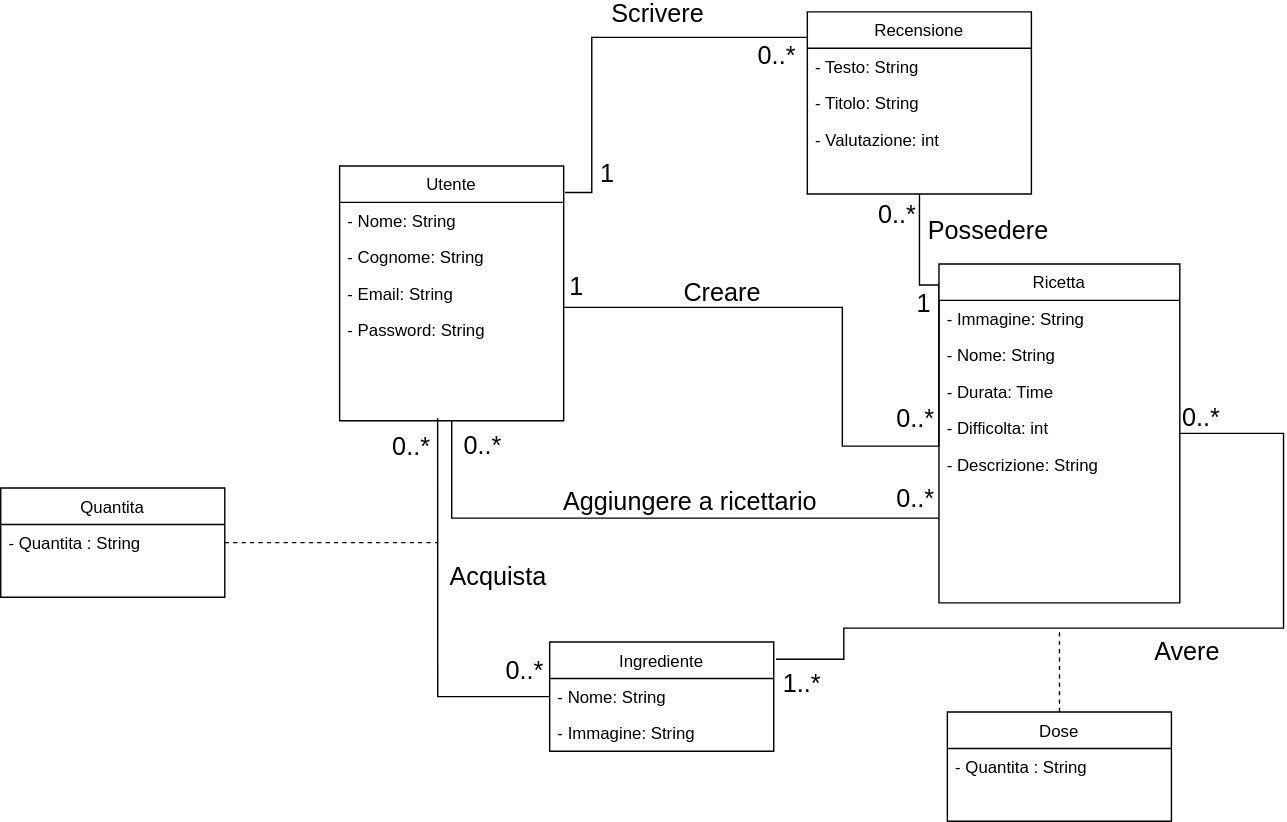
Gianlucadimarzio/Mobile keeps this draw.io diagram as Data/Data diagram.svg. Above is the earlier version. Source tidied: cells renumbered, new cells last; positions are measured from the earlier drawing's top-left corner, leaving out a move shared by most shapes. Its diagram source:
```xml
<mxGraphModel>
  <root>
    <mxCell id="0" />
    <mxCell id="1" parent="0" />
    <mxCell id="2" style="edgeStyle=orthogonalEdgeStyle;rounded=0;jettySize=auto;html=1;entryX=0;entryY=0.058;entryDx=0;entryDy=0;entryPerimeter=0;endArrow=none;endFill=0;" parent="1" edge="1" source="6" target="18">
      <mxGeometry relative="1" as="geometry">
        <Array as="points">
          <mxPoint x="601" y="219" />
          <mxPoint x="601" y="318" />
          <mxPoint x="670" y="318" />
        </Array>
      </mxGeometry>
    </mxCell>
    <mxCell id="3" value="&lt;font style=&quot;font-size: 18px&quot;&gt;1&lt;/font&gt;" style="edgeLabel;html=1;align=center;verticalAlign=middle;" parent="2" vertex="1">
      <mxGeometry x="-0.93" y="-2" relative="1" as="geometry">
        <mxPoint x="-7.7" y="-17" as="offset" />
      </mxGeometry>
    </mxCell>
    <mxCell id="4" value="&lt;font style=&quot;font-size: 18px&quot;&gt;0..*&lt;/font&gt;" style="edgeLabel;html=1;align=center;verticalAlign=middle;" parent="2" vertex="1">
      <mxGeometry x="0.42" y="-3" relative="1" as="geometry">
        <mxPoint x="5.7" y="-23" as="offset" />
      </mxGeometry>
    </mxCell>
    <mxCell id="5" style="edgeStyle=orthogonalEdgeStyle;rounded=0;jettySize=auto;html=1;entryX=0;entryY=0.75;entryDx=0;entryDy=0;endArrow=none;endFill=0;" parent="1" edge="1" source="6" target="18">
      <mxGeometry relative="1" as="geometry">
        <Array as="points">
          <mxPoint x="322" y="369" />
        </Array>
      </mxGeometry>
    </mxCell>
    <mxCell id="6" value="Utente" style="swimlane;fontStyle=0;align=center;verticalAlign=top;horizontal=1;startSize=26;rounded=0;shadow=0;strokeWidth=1;" parent="1" vertex="1">
      <mxGeometry x="242" y="118" width="160" height="182" as="geometry" />
    </mxCell>
    <mxCell id="7" value="- Nome: String" style="text;align=left;verticalAlign=top;spacingLeft=4;spacingRight=4;overflow=hidden;" parent="6" vertex="1">
      <mxGeometry y="26" width="160" height="26" as="geometry" />
    </mxCell>
    <mxCell id="8" value="- Cognome: String" style="text;align=left;verticalAlign=top;spacingLeft=4;spacingRight=4;overflow=hidden;rounded=0;shadow=0;html=0;" parent="6" vertex="1">
      <mxGeometry y="52" width="160" height="26" as="geometry" />
    </mxCell>
    <mxCell id="9" value="- Email: String" style="text;align=left;verticalAlign=top;spacingLeft=4;spacingRight=4;overflow=hidden;rounded=0;shadow=0;html=0;" parent="6" vertex="1">
      <mxGeometry y="78" width="160" height="26" as="geometry" />
    </mxCell>
    <mxCell id="10" value="- Password: String" style="text;align=left;verticalAlign=top;spacingLeft=4;spacingRight=4;overflow=hidden;rounded=0;shadow=0;html=0;" parent="6" vertex="1">
      <mxGeometry y="104" width="160" height="26" as="geometry" />
    </mxCell>
    <mxCell id="11" style="edgeStyle=orthogonalEdgeStyle;rounded=0;jettySize=auto;html=1;endArrow=none;endFill=0;" parent="1" edge="1" source="14">
      <mxGeometry relative="1" as="geometry">
        <mxPoint x="312" y="298" as="targetPoint" />
      </mxGeometry>
    </mxCell>
    <mxCell id="12" value="&lt;span style=&quot;font-size: 18px&quot;&gt;0..*&lt;/span&gt;" style="edgeLabel;html=1;align=center;verticalAlign=middle;" parent="11" vertex="1">
      <mxGeometry x="-0.86" relative="1" as="geometry">
        <mxPoint y="-19" as="offset" />
      </mxGeometry>
    </mxCell>
    <mxCell id="13" value="&lt;font style=&quot;font-size: 18px&quot;&gt;0..*&lt;/font&gt;" style="edgeLabel;html=1;align=center;verticalAlign=middle;" parent="11" vertex="1">
      <mxGeometry x="0.88" y="2" relative="1" as="geometry">
        <mxPoint x="-18" y="2.7" as="offset" />
      </mxGeometry>
    </mxCell>
    <mxCell id="14" value="Ingrediente" style="swimlane;fontStyle=0;align=center;verticalAlign=top;horizontal=1;startSize=26;rounded=0;shadow=0;strokeWidth=1;" parent="1" vertex="1">
      <mxGeometry x="392" y="458" width="160" height="78" as="geometry" />
    </mxCell>
    <mxCell id="15" value="- Nome: String&#10;" style="text;align=left;verticalAlign=top;spacingLeft=4;spacingRight=4;overflow=hidden;" parent="14" vertex="1">
      <mxGeometry y="26" width="160" height="26" as="geometry" />
    </mxCell>
    <mxCell id="16" value="- Immagine: String" style="text;align=left;verticalAlign=top;spacingLeft=4;spacingRight=4;overflow=hidden;" parent="14" vertex="1">
      <mxGeometry y="52" width="160" height="26" as="geometry" />
    </mxCell>
    <mxCell id="17" style="edgeStyle=orthogonalEdgeStyle;rounded=0;jettySize=auto;html=1;entryX=1.01;entryY=0.158;entryDx=0;entryDy=0;entryPerimeter=0;endArrow=none;endFill=0;" parent="1" edge="1" source="18" target="14">
      <mxGeometry relative="1" as="geometry">
        <Array as="points">
          <mxPoint x="916" y="309" />
          <mxPoint x="916" y="448" />
          <mxPoint x="602" y="448" />
          <mxPoint x="602" y="470" />
        </Array>
      </mxGeometry>
    </mxCell>
    <mxCell id="18" value="Ricetta" style="swimlane;fontStyle=0;align=center;verticalAlign=top;horizontal=1;startSize=26;rounded=0;shadow=0;strokeWidth=1;" parent="1" vertex="1">
      <mxGeometry x="670" y="188" width="172" height="242" as="geometry" />
    </mxCell>
    <mxCell id="19" value="- Immagine: String" style="text;align=left;verticalAlign=top;spacingLeft=4;spacingRight=4;overflow=hidden;" parent="18" vertex="1">
      <mxGeometry y="26" width="172" height="26" as="geometry" />
    </mxCell>
    <mxCell id="20" value="- Nome: String" style="text;align=left;verticalAlign=top;spacingLeft=4;spacingRight=4;overflow=hidden;rounded=0;shadow=0;html=0;" parent="18" vertex="1">
      <mxGeometry y="52" width="172" height="26" as="geometry" />
    </mxCell>
    <mxCell id="21" value="- Durata: Time" style="text;align=left;verticalAlign=top;spacingLeft=4;spacingRight=4;overflow=hidden;rounded=0;shadow=0;html=0;" parent="18" vertex="1">
      <mxGeometry y="78" width="172" height="26" as="geometry" />
    </mxCell>
    <mxCell id="22" value="- Difficolta: int" style="text;align=left;verticalAlign=top;spacingLeft=4;spacingRight=4;overflow=hidden;" parent="18" vertex="1">
      <mxGeometry y="104" width="172" height="26" as="geometry" />
    </mxCell>
    <mxCell id="23" value="- Descrizione: String" style="text;align=left;verticalAlign=top;spacingLeft=4;spacingRight=4;overflow=hidden;" parent="18" vertex="1">
      <mxGeometry y="130" width="172" height="26" as="geometry" />
    </mxCell>
    <mxCell id="24" style="edgeStyle=orthogonalEdgeStyle;rounded=0;jettySize=auto;html=1;endArrow=none;endFill=0;dashed=1;" parent="1" edge="1" source="25">
      <mxGeometry relative="1" as="geometry">
        <mxPoint x="756" y="448" as="targetPoint" />
        <Array as="points">
          <mxPoint x="756" y="448" />
        </Array>
      </mxGeometry>
    </mxCell>
    <mxCell id="25" value="Dose" style="swimlane;fontStyle=0;align=center;verticalAlign=top;horizontal=1;startSize=26;rounded=0;shadow=0;strokeWidth=1;" parent="1" vertex="1">
      <mxGeometry x="676" y="508" width="160" height="78" as="geometry" />
    </mxCell>
    <mxCell id="26" value="- Quantita : String&#10;" style="text;align=left;verticalAlign=top;spacingLeft=4;spacingRight=4;overflow=hidden;" parent="25" vertex="1">
      <mxGeometry y="26" width="160" height="26" as="geometry" />
    </mxCell>
    <mxCell id="27" style="edgeStyle=orthogonalEdgeStyle;rounded=0;jettySize=auto;html=1;endArrow=none;endFill=0;exitX=0.004;exitY=0.14;exitDx=0;exitDy=0;exitPerimeter=0;" parent="1" edge="1" source="32">
      <mxGeometry relative="1" as="geometry">
        <mxPoint x="403" y="137" as="targetPoint" />
        <Array as="points">
          <mxPoint x="422" y="26" />
          <mxPoint x="422" y="137" />
        </Array>
      </mxGeometry>
    </mxCell>
    <mxCell id="28" value="&lt;font style=&quot;font-size: 18px&quot;&gt;1&lt;/font&gt;" style="edgeLabel;html=1;align=center;verticalAlign=middle;" parent="27" vertex="1">
      <mxGeometry x="0.58" y="-1" relative="1" as="geometry">
        <mxPoint x="11" y="27.5" as="offset" />
      </mxGeometry>
    </mxCell>
    <mxCell id="29" style="edgeStyle=orthogonalEdgeStyle;rounded=0;jettySize=auto;html=1;entryX=0;entryY=0.062;entryDx=0;entryDy=0;entryPerimeter=0;endArrow=none;endFill=0;" parent="1" edge="1" source="32" target="18">
      <mxGeometry relative="1" as="geometry">
        <Array as="points">
          <mxPoint x="656" y="203" />
        </Array>
      </mxGeometry>
    </mxCell>
    <mxCell id="30" value="&lt;font style=&quot;font-size: 18px&quot;&gt;0..*&lt;/font&gt;" style="edgeLabel;html=1;align=center;verticalAlign=middle;" parent="29" vertex="1">
      <mxGeometry x="-0.65" y="-2" relative="1" as="geometry">
        <mxPoint x="-15" as="offset" />
      </mxGeometry>
    </mxCell>
    <mxCell id="31" value="&lt;font style=&quot;font-size: 18px&quot;&gt;1&lt;/font&gt;" style="edgeLabel;html=1;align=center;verticalAlign=middle;" parent="29" vertex="1">
      <mxGeometry x="0.19" y="1" relative="1" as="geometry">
        <mxPoint x="1" y="31" as="offset" />
      </mxGeometry>
    </mxCell>
    <mxCell id="32" value="Recensione" style="swimlane;fontStyle=0;align=center;verticalAlign=top;horizontal=1;startSize=26;rounded=0;shadow=0;strokeWidth=1;" parent="1" vertex="1">
      <mxGeometry x="576" y="8" width="160" height="130" as="geometry" />
    </mxCell>
    <mxCell id="33" value="- Testo: String" style="text;align=left;verticalAlign=top;spacingLeft=4;spacingRight=4;overflow=hidden;" parent="32" vertex="1">
      <mxGeometry y="26" width="160" height="26" as="geometry" />
    </mxCell>
    <mxCell id="34" value="- Titolo: String" style="text;align=left;verticalAlign=top;spacingLeft=4;spacingRight=4;overflow=hidden;" parent="32" vertex="1">
      <mxGeometry y="52" width="160" height="26" as="geometry" />
    </mxCell>
    <mxCell id="35" value="- Valutazione: int" style="text;align=left;verticalAlign=top;spacingLeft=4;spacingRight=4;overflow=hidden;" parent="32" vertex="1">
      <mxGeometry y="78" width="160" height="26" as="geometry" />
    </mxCell>
    <mxCell id="36" value="&lt;font style=&quot;font-size: 18px&quot;&gt;0..*&lt;/font&gt;" style="text;html=1;align=center;verticalAlign=middle;" parent="1" vertex="1">
      <mxGeometry x="534" y="30" width="40" height="20" as="geometry" />
    </mxCell>
    <mxCell id="37" value="&lt;font style=&quot;font-size: 18px&quot;&gt;0..*&lt;/font&gt;" style="text;html=1;align=center;verticalAlign=middle;" parent="1" vertex="1">
      <mxGeometry x="837" y="288" width="40" height="20" as="geometry" />
    </mxCell>
    <mxCell id="38" value="&lt;font style=&quot;font-size: 18px&quot;&gt;1..*&lt;/font&gt;" style="text;html=1;align=center;verticalAlign=middle;" parent="1" vertex="1">
      <mxGeometry x="552" y="478" width="40" height="20" as="geometry" />
    </mxCell>
    <mxCell id="39" value="Quantita" style="swimlane;fontStyle=0;align=center;verticalAlign=top;horizontal=1;startSize=26;rounded=0;shadow=0;strokeWidth=1;" parent="1" vertex="1">
      <mxGeometry y="348" width="160" height="78" as="geometry" />
    </mxCell>
    <mxCell id="40" value="- Quantita : String&#10;" style="text;align=left;verticalAlign=top;spacingLeft=4;spacingRight=4;overflow=hidden;points=[[0,0.5],[1,0.5]];portConstraint=eastwest;" parent="39" vertex="1">
      <mxGeometry y="26" width="160" height="26" as="geometry" />
    </mxCell>
    <mxCell id="41" style="edgeStyle=orthogonalEdgeStyle;rounded=0;jettySize=auto;html=1;endArrow=none;endFill=0;dashed=1;" parent="1" edge="1" source="40">
      <mxGeometry relative="1" as="geometry">
        <mxPoint x="312" y="387" as="targetPoint" />
      </mxGeometry>
    </mxCell>
    <mxCell id="42" value="&lt;font style=&quot;font-size: 18px&quot;&gt;0..*&lt;/font&gt;" style="text;html=1;align=center;verticalAlign=middle;" parent="1" vertex="1">
      <mxGeometry x="325" y="308" width="37" height="20" as="geometry" />
    </mxCell>
    <mxCell id="43" value="&lt;font style=&quot;font-size: 18px&quot;&gt;0..*&lt;/font&gt;" style="text;html=1;align=center;verticalAlign=middle;" parent="1" vertex="1">
      <mxGeometry x="635" y="346" width="37" height="20" as="geometry" />
    </mxCell>
    <mxCell id="44" value="&lt;font style=&quot;font-size: 18px&quot;&gt;Scrivere&lt;/font&gt;" style="text;html=1;align=center;verticalAlign=middle;" parent="1" vertex="1">
      <mxGeometry x="431" width="76" height="20" as="geometry" />
    </mxCell>
    <mxCell id="45" value="&lt;font style=&quot;font-size: 18px&quot;&gt;Creare&lt;/font&gt;" style="text;html=1;align=center;verticalAlign=middle;" parent="1" vertex="1">
      <mxGeometry x="482" y="199" width="65" height="20" as="geometry" />
    </mxCell>
    <mxCell id="46" value="&lt;font style=&quot;font-size: 18px&quot;&gt;Aggiungere a ricettario&lt;/font&gt;" style="text;html=1;align=center;verticalAlign=middle;" parent="1" vertex="1">
      <mxGeometry x="396" y="348" width="191" height="20" as="geometry" />
    </mxCell>
    <mxCell id="47" value="&lt;font style=&quot;font-size: 18px&quot;&gt;Possedere&lt;/font&gt;" style="text;html=1;align=center;verticalAlign=middle;" parent="1" vertex="1">
      <mxGeometry x="657" y="155" width="96" height="20" as="geometry" />
    </mxCell>
    <mxCell id="48" value="&lt;font style=&quot;font-size: 18px&quot;&gt;Avere&lt;/font&gt;" style="text;html=1;align=center;verticalAlign=middle;" parent="1" vertex="1">
      <mxGeometry x="819" y="455" width="57" height="20" as="geometry" />
    </mxCell>
    <mxCell id="49" value="&lt;span style=&quot;color: rgba(0 , 0 , 0 , 0) ; font-family: monospace ; font-size: 0px&quot;&gt;%3CmxGraphModel%3E%3Croot%3E%3CmxCell%20id%3D%220%22%2F%3E%3CmxCell%20id%3D%221%22%20parent%3D%220%22%2F%3E%3CmxCell%20id%3D%222%22%20value%3D%22%26lt%3Bfont%20style%3D%26quot%3Bfont-size%3A%2018px%26quot%3B%26gt%3BScrivere%26lt%3B%2Ffont%26gt%3B%22%20style%3D%22text%3Bhtml%3D1%3Balign%3Dcenter%3BverticalAlign%3Dmiddle%3Bresizable%3D0%3Bpoints%3D%5B%5D%3Bautosize%3D1%3B%22%20vertex%3D%221%22%20parent%3D%221%22%3E%3CmxGeometry%20x%3D%22269%22%20y%3D%22-68%22%20width%3D%2276%22%20height%3D%2220%22%20as%3D%22geometry%22%2F%3E%3C%2FmxCell%3E%3C%2Froot%3E%3C%2FmxGraphModel%3E&lt;/span&gt;" style="text;html=1;align=center;verticalAlign=middle;" parent="1" vertex="1">
      <mxGeometry x="327" y="407" width="10" height="22" as="geometry" />
    </mxCell>
    <mxCell id="50" value="&lt;font style=&quot;font-size: 18px&quot;&gt;Acquista&lt;/font&gt;" style="text;html=1;align=center;verticalAlign=middle;" parent="1" vertex="1">
      <mxGeometry x="315" y="402" width="79" height="20" as="geometry" />
    </mxCell>
  </root>
</mxGraphModel>
```
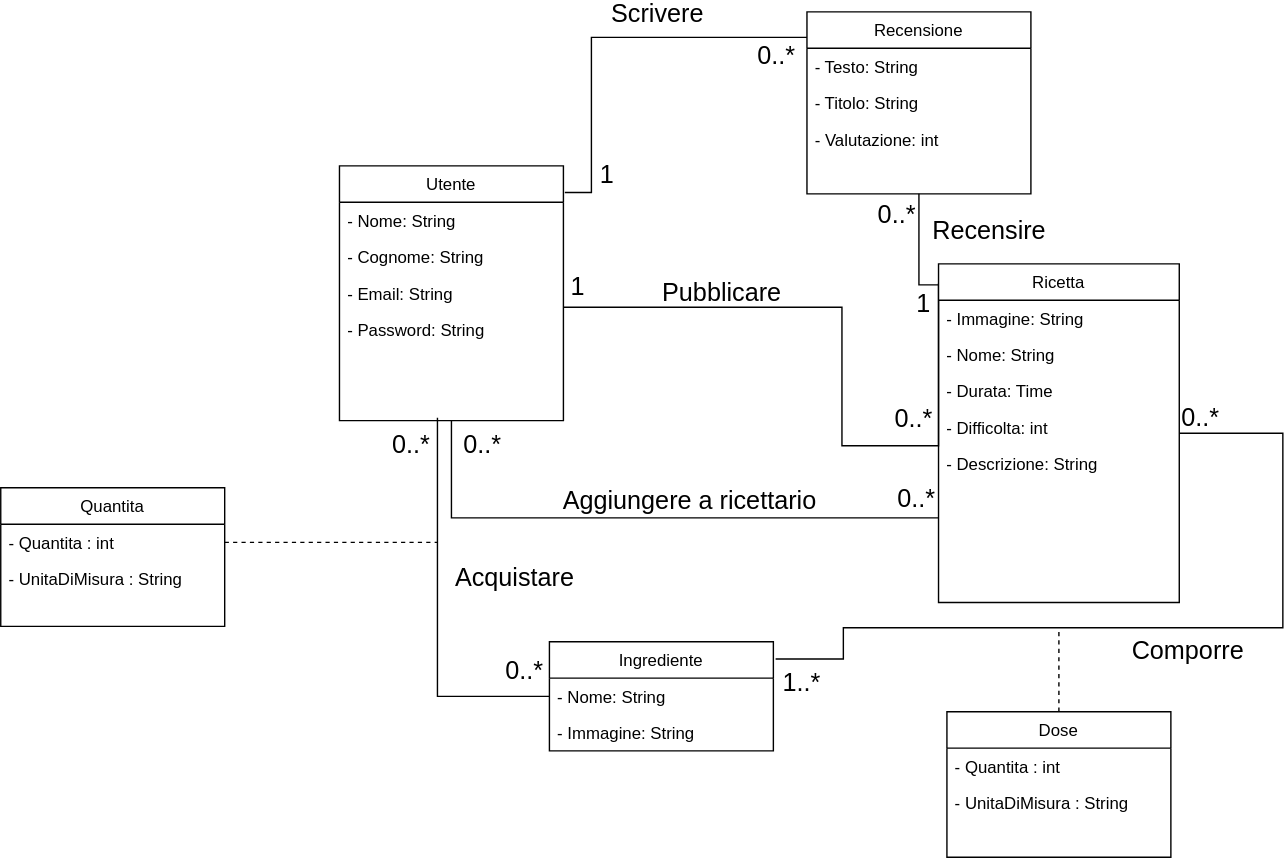
After the commit.

What changed in the source:
```diff
@@ -104,11 +104,14 @@
       </mxGeometry>
     </mxCell>
     <mxCell id="25" value="Dose" style="swimlane;fontStyle=0;align=center;verticalAlign=top;horizontal=1;startSize=26;rounded=0;shadow=0;strokeWidth=1;" parent="1" vertex="1">
-      <mxGeometry x="676" y="508" width="160" height="78" as="geometry" />
+      <mxGeometry x="676" y="508" width="160" height="104" as="geometry" />
     </mxCell>
-    <mxCell id="26" value="- Quantita : String&#10;" style="text;align=left;verticalAlign=top;spacingLeft=4;spacingRight=4;overflow=hidden;" parent="25" vertex="1">
+    <mxCell id="26" value="- Quantita : int&#10;" style="text;align=left;verticalAlign=top;spacingLeft=4;spacingRight=4;overflow=hidden;" parent="25" vertex="1">
       <mxGeometry y="26" width="160" height="26" as="geometry" />
     </mxCell>
+    <mxCell id="51" value="- UnitaDiMisura : String&#10;" style="text;align=left;verticalAlign=top;spacingLeft=4;spacingRight=4;overflow=hidden;" parent="25" vertex="1">
+      <mxGeometry y="52" width="160" height="26" as="geometry" />
+    </mxCell>
     <mxCell id="27" style="edgeStyle=orthogonalEdgeStyle;rounded=0;jettySize=auto;html=1;endArrow=none;endFill=0;exitX=0.004;exitY=0.14;exitDx=0;exitDy=0;exitPerimeter=0;" parent="1" edge="1" source="32">
       <mxGeometry relative="1" as="geometry">
         <mxPoint x="403" y="137" as="targetPoint" />
@@ -162,11 +165,14 @@
       <mxGeometry x="552" y="478" width="40" height="20" as="geometry" />
     </mxCell>
     <mxCell id="39" value="Quantita" style="swimlane;fontStyle=0;align=center;verticalAlign=top;horizontal=1;startSize=26;rounded=0;shadow=0;strokeWidth=1;" parent="1" vertex="1">
-      <mxGeometry y="348" width="160" height="78" as="geometry" />
+      <mxGeometry y="348" width="160" height="99" as="geometry" />
     </mxCell>
-    <mxCell id="40" value="- Quantita : String&#10;" style="text;align=left;verticalAlign=top;spacingLeft=4;spacingRight=4;overflow=hidden;points=[[0,0.5],[1,0.5]];portConstraint=eastwest;" parent="39" vertex="1">
+    <mxCell id="40" value="- Quantita : int&#10;" style="text;align=left;verticalAlign=top;spacingLeft=4;spacingRight=4;overflow=hidden;points=[[0,0.5],[1,0.5]];portConstraint=eastwest;" parent="39" vertex="1">
       <mxGeometry y="26" width="160" height="26" as="geometry" />
     </mxCell>
+    <mxCell id="52" value="- UnitaDiMisura : String&#10;" style="text;align=left;verticalAlign=top;spacingLeft=4;spacingRight=4;overflow=hidden;" parent="39" vertex="1">
+      <mxGeometry y="52" width="160" height="26" as="geometry" />
+    </mxCell>
     <mxCell id="41" style="edgeStyle=orthogonalEdgeStyle;rounded=0;jettySize=auto;html=1;endArrow=none;endFill=0;dashed=1;" parent="1" edge="1" source="40">
       <mxGeometry relative="1" as="geometry">
         <mxPoint x="312" y="387" as="targetPoint" />
@@ -181,23 +187,23 @@
     <mxCell id="44" value="&lt;font style=&quot;font-size: 18px&quot;&gt;Scrivere&lt;/font&gt;" style="text;html=1;align=center;verticalAlign=middle;" parent="1" vertex="1">
       <mxGeometry x="431" width="76" height="20" as="geometry" />
     </mxCell>
-    <mxCell id="45" value="&lt;font style=&quot;font-size: 18px&quot;&gt;Creare&lt;/font&gt;" style="text;html=1;align=center;verticalAlign=middle;" parent="1" vertex="1">
-      <mxGeometry x="482" y="199" width="65" height="20" as="geometry" />
+    <mxCell id="45" value="&lt;font style=&quot;font-size: 18px&quot;&gt;Pubblicare&lt;/font&gt;" style="text;html=1;align=center;verticalAlign=middle;" parent="1" vertex="1">
+      <mxGeometry x="467" y="199" width="95" height="20" as="geometry" />
     </mxCell>
     <mxCell id="46" value="&lt;font style=&quot;font-size: 18px&quot;&gt;Aggiungere a ricettario&lt;/font&gt;" style="text;html=1;align=center;verticalAlign=middle;" parent="1" vertex="1">
       <mxGeometry x="396" y="348" width="191" height="20" as="geometry" />
     </mxCell>
-    <mxCell id="47" value="&lt;font style=&quot;font-size: 18px&quot;&gt;Possedere&lt;/font&gt;" style="text;html=1;align=center;verticalAlign=middle;" parent="1" vertex="1">
-      <mxGeometry x="657" y="155" width="96" height="20" as="geometry" />
+    <mxCell id="47" value="&lt;font style=&quot;font-size: 18px&quot;&gt;Recensire&lt;/font&gt;" style="text;html=1;align=center;verticalAlign=middle;" parent="1" vertex="1">
+      <mxGeometry x="660" y="155" width="91" height="20" as="geometry" />
     </mxCell>
-    <mxCell id="48" value="&lt;font style=&quot;font-size: 18px&quot;&gt;Avere&lt;/font&gt;" style="text;html=1;align=center;verticalAlign=middle;" parent="1" vertex="1">
-      <mxGeometry x="819" y="455" width="57" height="20" as="geometry" />
+    <mxCell id="48" value="&lt;font style=&quot;font-size: 18px&quot;&gt;Comporre&lt;/font&gt;" style="text;html=1;align=center;verticalAlign=middle;" parent="1" vertex="1">
+      <mxGeometry x="803" y="455" width="90" height="20" as="geometry" />
     </mxCell>
     <mxCell id="49" value="&lt;span style=&quot;color: rgba(0 , 0 , 0 , 0) ; font-family: monospace ; font-size: 0px&quot;&gt;%3CmxGraphModel%3E%3Croot%3E%3CmxCell%20id%3D%220%22%2F%3E%3CmxCell%20id%3D%221%22%20parent%3D%220%22%2F%3E%3CmxCell%20id%3D%222%22%20value%3D%22%26lt%3Bfont%20style%3D%26quot%3Bfont-size%3A%2018px%26quot%3B%26gt%3BScrivere%26lt%3B%2Ffont%26gt%3B%22%20style%3D%22text%3Bhtml%3D1%3Balign%3Dcenter%3BverticalAlign%3Dmiddle%3Bresizable%3D0%3Bpoints%3D%5B%5D%3Bautosize%3D1%3B%22%20vertex%3D%221%22%20parent%3D%221%22%3E%3CmxGeometry%20x%3D%22269%22%20y%3D%22-68%22%20width%3D%2276%22%20height%3D%2220%22%20as%3D%22geometry%22%2F%3E%3C%2FmxCell%3E%3C%2Froot%3E%3C%2FmxGraphModel%3E&lt;/span&gt;" style="text;html=1;align=center;verticalAlign=middle;" parent="1" vertex="1">
       <mxGeometry x="327" y="407" width="10" height="22" as="geometry" />
     </mxCell>
-    <mxCell id="50" value="&lt;font style=&quot;font-size: 18px&quot;&gt;Acquista&lt;/font&gt;" style="text;html=1;align=center;verticalAlign=middle;" parent="1" vertex="1">
-      <mxGeometry x="315" y="402" width="79" height="20" as="geometry" />
+    <mxCell id="50" value="&lt;font style=&quot;font-size: 18px&quot;&gt;Acquistare&lt;/font&gt;" style="text;html=1;align=center;verticalAlign=middle;" parent="1" vertex="1">
+      <mxGeometry x="319" y="403" width="95" height="20" as="geometry" />
     </mxCell>
   </root>
 </mxGraphModel>
```
